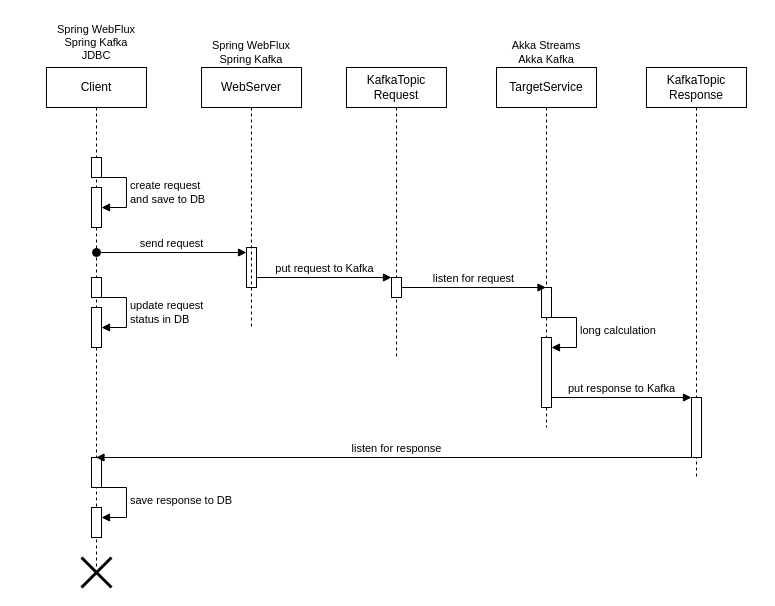
yuriyweiss/reactive-multithreading keeps this draw.io diagram as doc/processing-schema.drawio. Above is the earlier version. Source tidied: cells renumbered, new cells numbered last; positions are measured from the earlier drawing's top-left corner, leaving out a move shared by most shapes. Both pictures are drawn from the tidied source at 100%, with x=0, y=0 at pixel (36, 17).
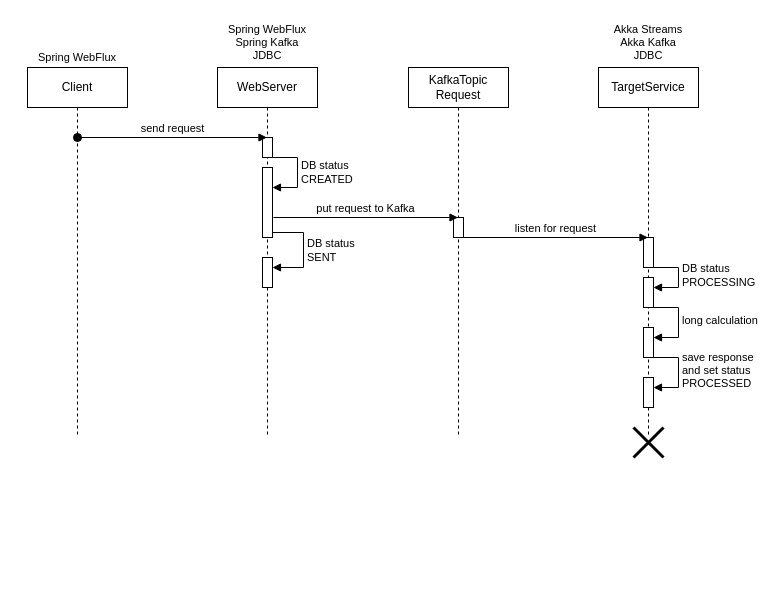
After the change.

Diff of the diagram source:
```diff
@@
     <mxCell id="2" value="Client" style="shape=umlLifeline;perimeter=lifelinePerimeter;whiteSpace=wrap;html=1;newEdgeStyle={&quot;curved&quot;:0,&quot;rounded&quot;:0};" parent="1" vertex="1">
-      <mxGeometry x="10" y="50" width="100" height="500" as="geometry" />
+      <mxGeometry x="-9" y="50" width="100" height="370" as="geometry" />
     </mxCell>
-    <mxCell id="3" style="html=1;perimeter=orthogonalPerimeter;targetShapes=umlLifeline;newEdgeStyle={&quot;curved&quot;:0,&quot;rounded&quot;:0};" parent="2" vertex="1">
-      <mxGeometry x="45" y="390" width="10" height="30" as="geometry" />
-    </mxCell>
-    <mxCell id="4" style="html=1;points=[[0,0,0,0,5],[0,1,0,0,-5],[1,0,0,0,5],[1,1,0,0,-5]];perimeter=orthogonalPerimeter;outlineConnect=0;targetShapes=umlLifeline;portConstraint=eastwest;newEdgeStyle={&quot;curved&quot;:0,&quot;rounded&quot;:0};" parent="2" vertex="1">
-      <mxGeometry x="45" y="440" width="10" height="30" as="geometry" />
-    </mxCell>
-    <mxCell id="5" value="save response to DB" style="html=1;align=left;spacingLeft=2;endArrow=block;rounded=0;edgeStyle=orthogonalEdgeStyle;curved=0;rounded=0;" parent="2" edge="1" target="4">
-      <mxGeometry relative="1" as="geometry">
-        <mxPoint x="50" y="420" as="sourcePoint" />
-        <Array as="points">
-          <mxPoint x="80" y="450" />
-        </Array>
-      </mxGeometry>
-    </mxCell>
+    <mxCell id="14" value="WebServer" style="shape=umlLifeline;perimeter=lifelinePerimeter;whiteSpace=wrap;html=1;outlineConnect=0;portConstraint=eastwest;newEdgeStyle={&quot;curved&quot;:0,&quot;rounded&quot;:0};" parent="1" vertex="1">
+      <mxGeometry x="181" y="50" width="100" height="370" as="geometry" />
+    </mxCell>
-    <mxCell id="6" style="html=1;points=[[0,0,0,0,5],[0,1,0,0,-5],[1,0,0,0,5],[1,1,0,0,-5]];perimeter=orthogonalPerimeter;outlineConnect=0;targetShapes=umlLifeline;portConstraint=eastwest;newEdgeStyle={&quot;curved&quot;:0,&quot;rounded&quot;:0};" parent="2" vertex="1">
-      <mxGeometry x="45" y="120" width="10" height="40" as="geometry" />
+    <mxCell id="6" style="html=1;points=[[0,0,0,0,5],[0,1,0,0,-5],[1,0,0,0,5],[1,1,0,0,-5]];perimeter=orthogonalPerimeter;outlineConnect=0;targetShapes=umlLifeline;portConstraint=eastwest;newEdgeStyle={&quot;curved&quot;:0,&quot;rounded&quot;:0};" parent="14" vertex="1">
+      <mxGeometry x="45" y="100" width="10" height="70" as="geometry" />
     </mxCell>
-    <mxCell id="7" value="create request&lt;br&gt;and save to DB" style="html=1;align=left;spacingLeft=2;endArrow=block;rounded=0;edgeStyle=orthogonalEdgeStyle;curved=0;rounded=0;" parent="2" edge="1" source="8" target="6">
+    <mxCell id="7" value="DB status&lt;br&gt;CREATED" style="html=1;align=left;spacingLeft=2;endArrow=block;rounded=0;edgeStyle=orthogonalEdgeStyle;curved=0;rounded=0;" parent="14" edge="1" source="8" target="6">
       <mxGeometry relative="1" as="geometry">
         <Array as="points">
-          <mxPoint x="80" y="110" />
+          <mxPoint x="80" y="90" />
+          <mxPoint x="80" y="120" />
         </Array>
       </mxGeometry>
     </mxCell>
-    <mxCell id="8" style="html=1;points=[[0,0,0,0,5],[0,1,0,0,-5],[1,0,0,0,5],[1,1,0,0,-5]];perimeter=orthogonalPerimeter;outlineConnect=0;targetShapes=umlLifeline;portConstraint=eastwest;newEdgeStyle={&quot;curved&quot;:0,&quot;rounded&quot;:0};" parent="2" vertex="1">
-      <mxGeometry x="45" y="90" width="10" height="20" as="geometry" />
+    <mxCell id="8" style="html=1;points=[[0,0,0,0,5],[0,1,0,0,-5],[1,0,0,0,5],[1,1,0,0,-5]];perimeter=orthogonalPerimeter;outlineConnect=0;targetShapes=umlLifeline;portConstraint=eastwest;newEdgeStyle={&quot;curved&quot;:0,&quot;rounded&quot;:0};" parent="14" vertex="1">
+      <mxGeometry x="45" y="70" width="10" height="20" as="geometry" />
     </mxCell>
-    <mxCell id="9" style="html=1;points=[[0,0,0,0,5],[0,1,0,0,-5],[1,0,0,0,5],[1,1,0,0,-5]];perimeter=orthogonalPerimeter;outlineConnect=0;targetShapes=umlLifeline;portConstraint=eastwest;newEdgeStyle={&quot;curved&quot;:0,&quot;rounded&quot;:0};" parent="2" vertex="1">
-      <mxGeometry x="45" y="240" width="10" height="40" as="geometry" />
+    <mxCell id="9" style="html=1;points=[[0,0,0,0,5],[0,1,0,0,-5],[1,0,0,0,5],[1,1,0,0,-5]];perimeter=orthogonalPerimeter;outlineConnect=0;targetShapes=umlLifeline;portConstraint=eastwest;newEdgeStyle={&quot;curved&quot;:0,&quot;rounded&quot;:0};" parent="14" vertex="1">
+      <mxGeometry x="45" y="190" width="10" height="30" as="geometry" />
     </mxCell>
-    <mxCell id="10" value="update request&lt;br&gt;status in DB" style="html=1;align=left;spacingLeft=2;endArrow=block;rounded=0;edgeStyle=orthogonalEdgeStyle;curved=0;rounded=0;" parent="2" edge="1" source="11" target="9">
+    <mxCell id="10" value="DB status&lt;br&gt;SENT" style="html=1;align=left;spacingLeft=2;endArrow=block;rounded=0;edgeStyle=orthogonalEdgeStyle;curved=0;rounded=0;exitX=1;exitY=1;exitDx=0;exitDy=-5;exitPerimeter=0;" parent="14" edge="1" source="6" target="9">
       <mxGeometry relative="1" as="geometry">
         <Array as="points">
-          <mxPoint x="80" y="230" />
+          <mxPoint x="86" y="165" />
+          <mxPoint x="86" y="200" />
         </Array>
       </mxGeometry>
     </mxCell>
-    <mxCell id="11" style="html=1;points=[[0,0,0,0,5],[0,1,0,0,-5],[1,0,0,0,5],[1,1,0,0,-5]];perimeter=orthogonalPerimeter;outlineConnect=0;targetShapes=umlLifeline;portConstraint=eastwest;newEdgeStyle={&quot;curved&quot;:0,&quot;rounded&quot;:0};" parent="2" vertex="1">
-      <mxGeometry x="45" y="210" width="10" height="20" as="geometry" />
-    </mxCell>
-    <mxCell id="12" style="html=1;points=[[0,0,0,0,5],[0,1,0,0,-5],[1,0,0,0,5],[1,1,0,0,-5]];perimeter=orthogonalPerimeter;outlineConnect=0;targetShapes=umlLifeline;portConstraint=eastwest;newEdgeStyle={&quot;curved&quot;:0,&quot;rounded&quot;:0};" parent="1" vertex="1">
-      <mxGeometry x="210" y="230" width="10" height="40" as="geometry" />
-    </mxCell>
-    <mxCell id="13" value="send request" style="html=1;verticalAlign=bottom;startArrow=oval;endArrow=block;startSize=8;curved=0;rounded=0;entryX=0;entryY=0;entryDx=0;entryDy=5;" parent="1" edge="1" target="12">
-      <mxGeometry relative="1" as="geometry">
-        <mxPoint x="60" y="235" as="sourcePoint" />
-      </mxGeometry>
-    </mxCell>
-    <mxCell id="14" value="WebServer" style="shape=umlLifeline;perimeter=lifelinePerimeter;whiteSpace=wrap;html=1;outlineConnect=0;portConstraint=eastwest;newEdgeStyle={&quot;curved&quot;:0,&quot;rounded&quot;:0};" parent="1" vertex="1">
-      <mxGeometry x="165" y="50" width="100" height="260" as="geometry" />
-    </mxCell>
-    <mxCell id="15" value="put request to Kafka" style="html=1;verticalAlign=bottom;endArrow=block;curved=0;rounded=0;" parent="1" edge="1" target="17">
-      <mxGeometry relative="1" as="geometry">
-        <mxPoint x="220" y="260" as="sourcePoint" />
-      </mxGeometry>
-    </mxCell>
     <mxCell id="16" value="KafkaTopic&lt;br&gt;Request" style="shape=umlLifeline;perimeter=lifelinePerimeter;whiteSpace=wrap;html=1;outlineConnect=0;portConstraint=eastwest;newEdgeStyle={&quot;curved&quot;:0,&quot;rounded&quot;:0};" parent="1" vertex="1">
-      <mxGeometry x="310" y="50" width="100" height="290" as="geometry" />
+      <mxGeometry x="372" y="50" width="100" height="370" as="geometry" />
     </mxCell>
     <mxCell id="17" style="html=1;points=[[0,0,0,0,5],[0,1,0,0,-5],[1,0,0,0,5],[1,1,0,0,-5]];perimeter=orthogonalPerimeter;outlineConnect=0;targetShapes=umlLifeline;portConstraint=eastwest;newEdgeStyle={&quot;curved&quot;:0,&quot;rounded&quot;:0};" parent="16" vertex="1">
-      <mxGeometry x="45" y="210" width="10" height="20" as="geometry" />
+      <mxGeometry x="45" y="150" width="10" height="20" as="geometry" />
     </mxCell>
-    <mxCell id="18" value="KafkaTopic&lt;br&gt;Response" style="shape=umlLifeline;perimeter=lifelinePerimeter;whiteSpace=wrap;html=1;newEdgeStyle={&quot;curved&quot;:0,&quot;rounded&quot;:0};" parent="1" vertex="1">
-      <mxGeometry x="610" y="50" width="100" height="410" as="geometry" />
-    </mxCell>
-    <mxCell id="19" style="html=1;points=[[0,0,0,0,5],[0,1,0,0,-5],[1,0,0,0,5],[1,1,0,0,-5]];perimeter=orthogonalPerimeter;outlineConnect=0;targetShapes=umlLifeline;portConstraint=eastwest;newEdgeStyle={&quot;curved&quot;:0,&quot;rounded&quot;:0};" parent="18" vertex="1">
-      <mxGeometry x="45" y="330" width="10" height="60" as="geometry" />
-    </mxCell>
     <mxCell id="20" value="TargetService" style="shape=umlLifeline;perimeter=lifelinePerimeter;whiteSpace=wrap;html=1;newEdgeStyle={&quot;curved&quot;:0,&quot;rounded&quot;:0};" parent="1" vertex="1">
-      <mxGeometry x="460" y="50" width="100" height="360" as="geometry" />
+      <mxGeometry x="562" y="50" width="100" height="370" as="geometry" />
     </mxCell>
     <mxCell id="21" style="html=1;perimeter=orthogonalPerimeter;targetShapes=umlLifeline;newEdgeStyle={&quot;curved&quot;:0,&quot;rounded&quot;:0};" parent="20" vertex="1">
-      <mxGeometry x="45" y="220" width="10" height="30" as="geometry" />
+      <mxGeometry x="45" y="170" width="10" height="30" as="geometry" />
     </mxCell>
     <mxCell id="22" style="html=1;points=[[0,0,0,0,5],[0,1,0,0,-5],[1,0,0,0,5],[1,1,0,0,-5]];perimeter=orthogonalPerimeter;outlineConnect=0;targetShapes=umlLifeline;portConstraint=eastwest;newEdgeStyle={&quot;curved&quot;:0,&quot;rounded&quot;:0};" parent="20" vertex="1">
-      <mxGeometry x="45" y="270" width="10" height="70" as="geometry" />
+      <mxGeometry x="45" y="260" width="10" height="30" as="geometry" />
     </mxCell>
-    <mxCell id="23" value="long calculation" style="html=1;align=left;spacingLeft=2;endArrow=block;rounded=0;edgeStyle=orthogonalEdgeStyle;curved=0;rounded=0;" parent="20" edge="1" target="22">
+    <mxCell id="23" value="long calculation" style="html=1;align=left;spacingLeft=2;endArrow=block;rounded=0;edgeStyle=orthogonalEdgeStyle;curved=0;rounded=0;" parent="20" edge="1">
       <mxGeometry relative="1" as="geometry">
-        <mxPoint x="50" y="250" as="sourcePoint" />
+        <mxPoint x="50" y="240" as="sourcePoint" />
+        <mxPoint x="55" y="270" as="targetPoint" />
         <Array as="points">
-          <mxPoint x="80" y="280" />
+          <mxPoint x="80" y="270" />
         </Array>
       </mxGeometry>
     </mxCell>
-    <mxCell id="24" value="listen for request" style="html=1;verticalAlign=bottom;endArrow=block;curved=0;rounded=0;" parent="1" edge="1" source="17">
-      <mxGeometry relative="1" as="geometry">
-        <mxPoint x="509.5" y="270" as="targetPoint" />
-      </mxGeometry>
-    </mxCell>
-    <mxCell id="25" value="put response to Kafka" style="html=1;verticalAlign=bottom;endArrow=block;curved=0;rounded=0;" parent="1" edge="1" source="22" target="19">
-      <mxGeometry relative="1" as="geometry" />
-    </mxCell>
-    <mxCell id="26" value="listen for response" style="html=1;verticalAlign=bottom;endArrow=block;curved=0;rounded=0;" parent="1" edge="1">
-      <mxGeometry relative="1" as="geometry">
-        <mxPoint x="660" y="440" as="sourcePoint" />
-        <mxPoint x="59.5" y="440" as="targetPoint" />
-      </mxGeometry>
-    </mxCell>
-    <mxCell id="27" style="shape=umlDestroy;whiteSpace=wrap;html=1;strokeWidth=3;targetShapes=umlLifeline;" parent="1" vertex="1">
-      <mxGeometry x="45" y="540" width="30" height="30" as="geometry" />
-    </mxCell>
+    <mxCell id="31" style="html=1;points=[[0,0,0,0,5],[0,1,0,0,-5],[1,0,0,0,5],[1,1,0,0,-5]];perimeter=orthogonalPerimeter;outlineConnect=0;targetShapes=umlLifeline;portConstraint=eastwest;newEdgeStyle={&quot;curved&quot;:0,&quot;rounded&quot;:0};" parent="20" vertex="1">
+      <mxGeometry x="45" y="210" width="10" height="30" as="geometry" />
+    </mxCell>
+    <mxCell id="32" value="DB status&lt;br&gt;PROCESSING" style="html=1;align=left;spacingLeft=2;endArrow=block;rounded=0;edgeStyle=orthogonalEdgeStyle;curved=0;rounded=0;" parent="20" edge="1" target="31">
+      <mxGeometry relative="1" as="geometry">
+        <mxPoint x="50" y="200" as="sourcePoint" />
+        <Array as="points">
+          <mxPoint x="80" y="200" />
+          <mxPoint x="80" y="220" />
+        </Array>
+      </mxGeometry>
+    </mxCell>
+    <mxCell id="33" style="html=1;points=[[0,0,0,0,5],[0,1,0,0,-5],[1,0,0,0,5],[1,1,0,0,-5]];perimeter=orthogonalPerimeter;outlineConnect=0;targetShapes=umlLifeline;portConstraint=eastwest;newEdgeStyle={&quot;curved&quot;:0,&quot;rounded&quot;:0};" parent="20" vertex="1">
+      <mxGeometry x="45" y="310" width="10" height="30" as="geometry" />
+    </mxCell>
+    <mxCell id="34" value="save response&lt;br&gt;and set status&lt;br&gt;PROCESSED" style="html=1;align=left;spacingLeft=2;endArrow=block;rounded=0;edgeStyle=orthogonalEdgeStyle;curved=0;rounded=0;" parent="20" edge="1" target="33">
+      <mxGeometry relative="1" as="geometry">
+        <mxPoint x="50" y="290" as="sourcePoint" />
+        <Array as="points">
+          <mxPoint x="80" y="320" />
+        </Array>
+      </mxGeometry>
+    </mxCell>
-    <mxCell id="28" value="Spring WebFlux&lt;br&gt;Spring Kafka" style="text;html=1;strokeColor=none;fillColor=none;align=center;verticalAlign=middle;whiteSpace=wrap;rounded=0;fontSize=11;" parent="1" vertex="1">
-      <mxGeometry x="155" y="20" width="120" height="30" as="geometry" />
+    <mxCell id="28" value="Spring WebFlux&lt;br&gt;Spring Kafka&lt;br&gt;JDBC" style="text;html=1;strokeColor=none;fillColor=none;align=center;verticalAlign=middle;whiteSpace=wrap;rounded=0;fontSize=11;" parent="1" vertex="1">
+      <mxGeometry x="171" width="120" height="50" as="geometry" />
     </mxCell>
-    <mxCell id="29" value="Akka Streams&lt;br&gt;Akka Kafka" style="text;html=1;strokeColor=none;fillColor=none;align=center;verticalAlign=middle;whiteSpace=wrap;rounded=0;fontSize=11;" parent="1" vertex="1">
-      <mxGeometry x="450" y="20" width="120" height="30" as="geometry" />
+    <mxCell id="29" value="Akka Streams&lt;br&gt;Akka Kafka&lt;br&gt;JDBC" style="text;html=1;strokeColor=none;fillColor=none;align=center;verticalAlign=middle;whiteSpace=wrap;rounded=0;fontSize=11;" parent="1" vertex="1">
+      <mxGeometry x="552" width="120" height="50" as="geometry" />
     </mxCell>
-    <mxCell id="30" value="Spring WebFlux&lt;br&gt;Spring Kafka&lt;br&gt;JDBC" style="text;html=1;strokeColor=none;fillColor=none;align=center;verticalAlign=middle;whiteSpace=wrap;rounded=0;fontSize=11;" parent="1" vertex="1">
-      <mxGeometry width="120" height="50" as="geometry" />
+    <mxCell id="30" value="Spring WebFlux" style="text;html=1;strokeColor=none;fillColor=none;align=center;verticalAlign=middle;whiteSpace=wrap;rounded=0;fontSize=11;" parent="1" vertex="1">
+      <mxGeometry x="-19" y="30" width="120" height="20" as="geometry" />
     </mxCell>
+    <mxCell id="35" style="shape=umlDestroy;whiteSpace=wrap;html=1;strokeWidth=3;targetShapes=umlLifeline;" parent="1" vertex="1">
+      <mxGeometry x="597" y="410" width="30" height="30" as="geometry" />
+    </mxCell>
+    <mxCell id="13" value="send request" style="html=1;verticalAlign=bottom;startArrow=oval;endArrow=block;startSize=8;curved=0;rounded=0;" parent="1" edge="1" target="14">
+      <mxGeometry relative="1" as="geometry">
+        <mxPoint x="41" y="120" as="sourcePoint" />
+      </mxGeometry>
+    </mxCell>
+    <mxCell id="15" value="put request to Kafka" style="html=1;verticalAlign=bottom;endArrow=block;curved=0;rounded=0;" parent="1" edge="1" target="16">
+      <mxGeometry relative="1" as="geometry">
+        <mxPoint x="237" y="200" as="sourcePoint" />
+      </mxGeometry>
+    </mxCell>
+    <mxCell id="24" value="listen for request" style="html=1;verticalAlign=bottom;endArrow=block;curved=0;rounded=0;" parent="1" edge="1">
+      <mxGeometry relative="1" as="geometry">
+        <mxPoint x="427" y="220" as="sourcePoint" />
+        <mxPoint x="611.5" y="220" as="targetPoint" />
+      </mxGeometry>
+    </mxCell>
```
